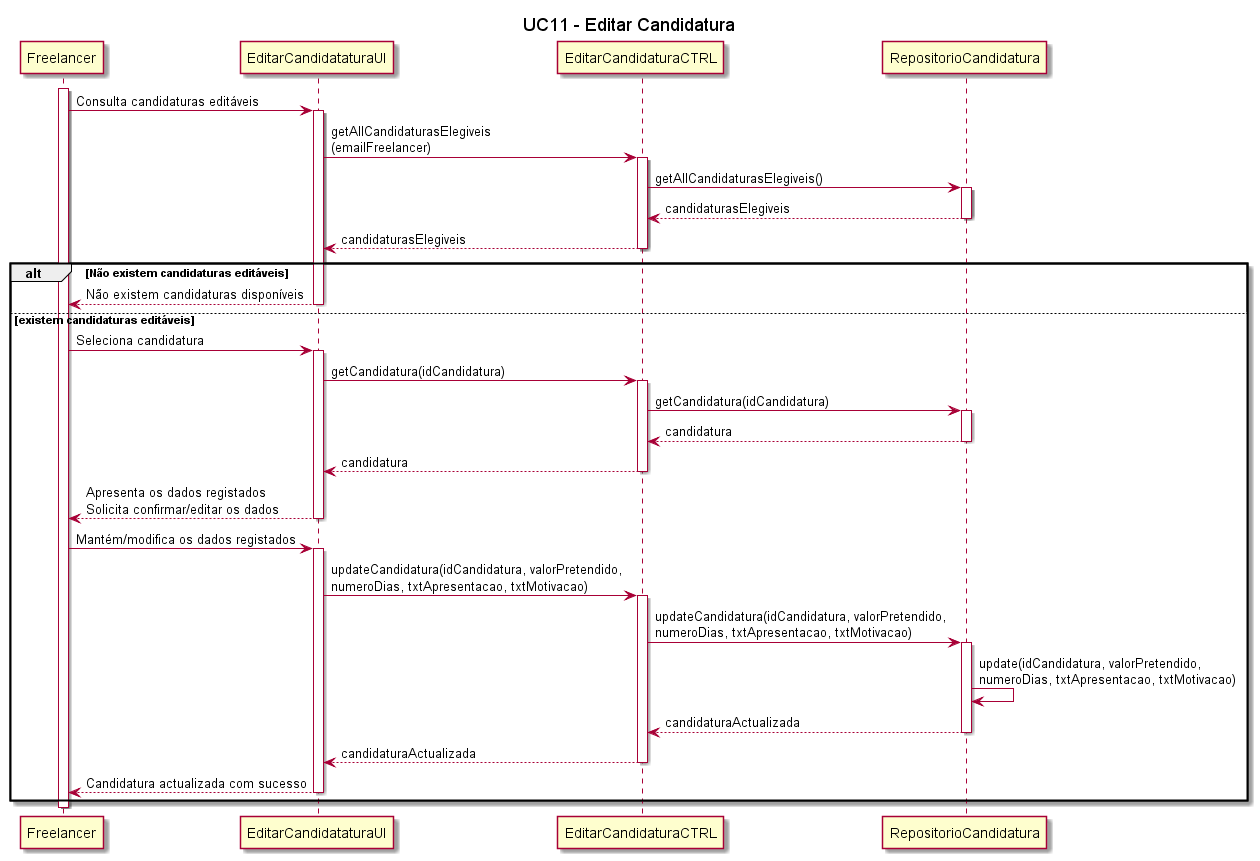
blestonbandeiraUPSKILL/upskill_java1_labprg_grupo2 keeps this PlantUML diagram as Documentação/Sprint 4/UC11_Editar_Candidatura/UC11_Editar_Candidatura_Diagrama_Sequencia.png. Above is the earlier version.
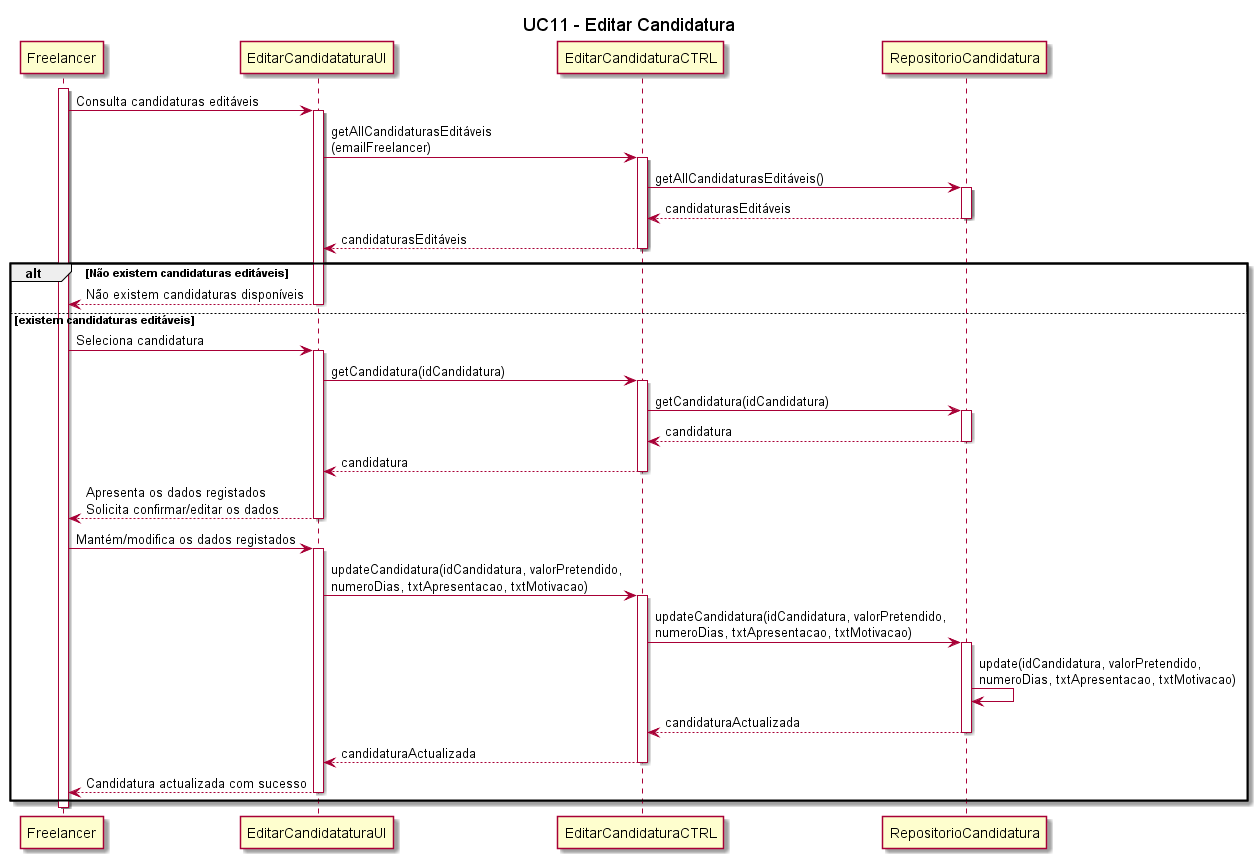
After the commit.

Diff of the diagram source:
```diff
@@ -10,13 +10,13 @@
 activate Freelancer
 Freelancer -> EditarCandidataturaUI : Consulta candidaturas editáveis
 activate EditarCandidataturaUI
-EditarCandidataturaUI -> EditarCandidaturaCTRL : getAllCandidaturasElegiveis \n(emailFreelancer)
+EditarCandidataturaUI -> EditarCandidaturaCTRL : getAllCandidaturasEditáveis \n(emailFreelancer)
 activate EditarCandidaturaCTRL
-EditarCandidaturaCTRL -> RepositorioCandidatura : getAllCandidaturasElegiveis()
+EditarCandidaturaCTRL -> RepositorioCandidatura : getAllCandidaturasEditáveis()
 activate RepositorioCandidatura
-RepositorioCandidatura --> EditarCandidaturaCTRL : candidaturasElegiveis
+RepositorioCandidatura --> EditarCandidaturaCTRL : candidaturasEditáveis
 deactivate RepositorioCandidatura
-EditarCandidaturaCTRL --> EditarCandidataturaUI : candidaturasElegiveis
+EditarCandidaturaCTRL --> EditarCandidataturaUI : candidaturasEditáveis
 deactivate EditarCandidaturaCTRL
 alt Não existem candidaturas editáveis
 EditarCandidataturaUI --> Freelancer : Não existem candidaturas disponíveis
```
